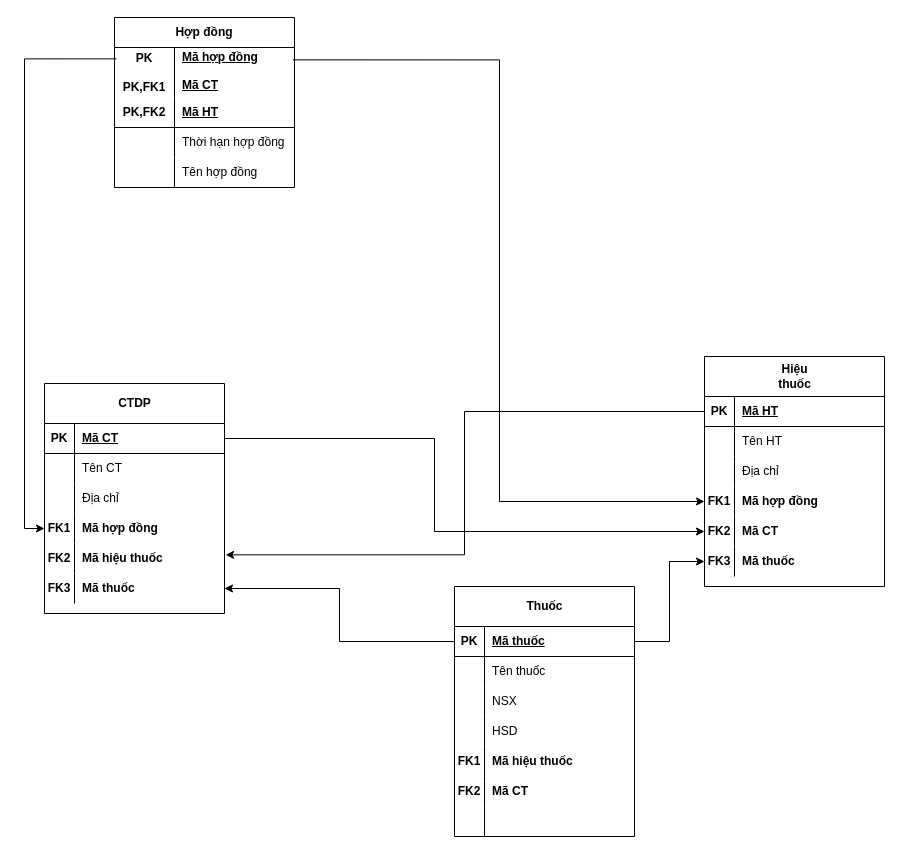
Before: page "Trang-3" (3 of 3) of Biểu đồ không có tiêu đề.drawio in nqminh11605/hine16.github.io, a draw.io diagram. Source tidied: cells renumbered, new cells numbered last; positions are measured from the earlier drawing's top-left corner, leaving out a move shared by most shapes. Both pictures are drawn from the tidied source at 100%, with x=0, y=0 at pixel (24, 17).
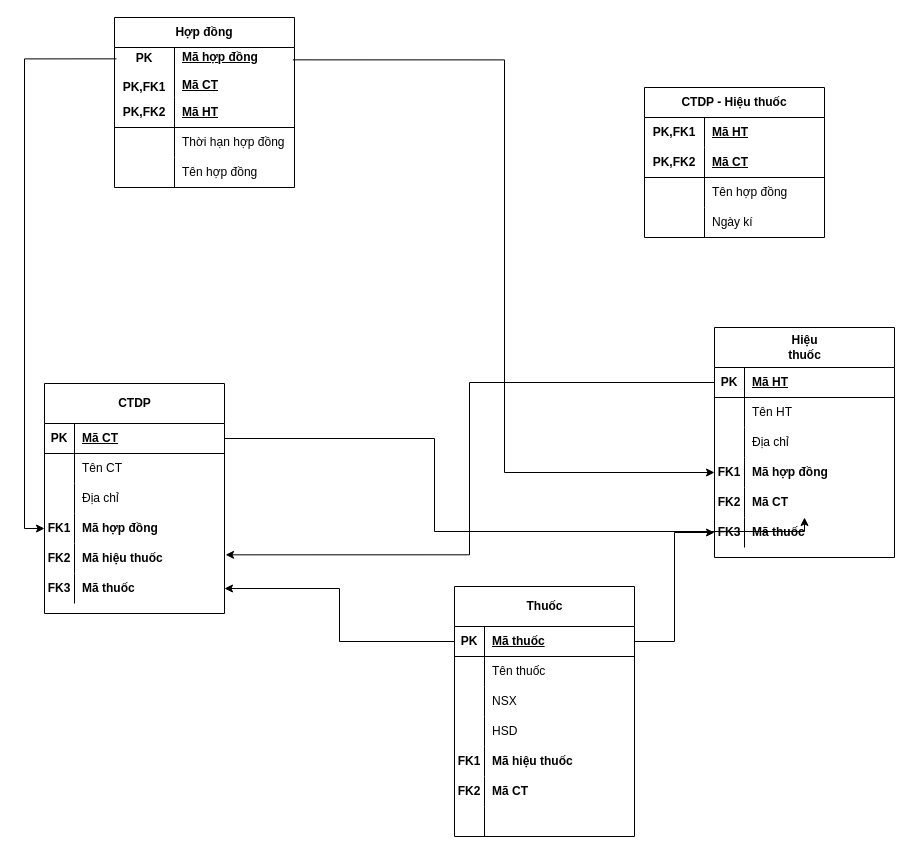
After the change.

Diff of the diagram source:
```diff
@@
     <mxCell id="34" value="&lt;span style=&quot;text-wrap-mode: wrap;&quot;&gt;Hiệu thuốc&lt;/span&gt;" style="shape=table;startSize=40;childLayout=tableLayout;rowLines=0;fontStyle=1;align=center;html=1;" parent="1" vertex="1">
-      <mxGeometry x="680" y="339" width="180" height="230" as="geometry" />
+      <mxGeometry x="690" y="310" width="180" height="230" as="geometry" />
     </mxCell>
@@
+    <mxCell id="81" value="CTDP - Hiệu thuốc" style="shape=table;startSize=30;childLayout=tableLayout;rowLines=0;fontStyle=1;align=center;html=1;whiteSpace=wrap;" parent="1" vertex="1">
+      <mxGeometry x="620" y="70" width="180" height="150" as="geometry" />
+    </mxCell>
+    <mxCell id="82" style="shape=tableRow;horizontal=0;startSize=0;swimlaneHead=0;swimlaneBody=0;fillColor=none;top=0;left=0;right=0;bottom=0;html=1;" parent="81" vertex="1">
+      <mxGeometry y="30" width="180" height="30" as="geometry" />
+    </mxCell>
+    <mxCell id="83" value="PK,FK1" style="shape=partialRectangle;fillColor=none;top=0;left=0;bottom=0;right=0;fontStyle=1;overflow=hidden;html=1;whiteSpace=wrap;" parent="82" vertex="1">
+      <mxGeometry width="60" height="30" as="geometry" />
+    </mxCell>
+    <mxCell id="84" value="Mã HT" style="shape=partialRectangle;fillColor=none;top=0;left=0;bottom=0;right=0;align=left;spacingLeft=6;fontStyle=5;overflow=hidden;html=1;whiteSpace=wrap;" parent="82" vertex="1">
+      <mxGeometry x="60" width="120" height="30" as="geometry" />
+    </mxCell>
+    <mxCell id="85" style="shape=tableRow;horizontal=0;startSize=0;swimlaneHead=0;swimlaneBody=0;fillColor=none;top=0;left=0;right=0;bottom=1;html=1;" parent="81" vertex="1">
+      <mxGeometry y="60" width="180" height="30" as="geometry" />
+    </mxCell>
+    <mxCell id="86" value="PK,FK2" style="shape=partialRectangle;fillColor=none;top=0;left=0;bottom=0;right=0;fontStyle=1;overflow=hidden;html=1;whiteSpace=wrap;" parent="85" vertex="1">
+      <mxGeometry width="60" height="30" as="geometry" />
+    </mxCell>
+    <mxCell id="87" value="Mã CT" style="shape=partialRectangle;fillColor=none;top=0;left=0;bottom=0;right=0;align=left;spacingLeft=6;fontStyle=5;overflow=hidden;html=1;whiteSpace=wrap;" parent="85" vertex="1">
+      <mxGeometry x="60" width="120" height="30" as="geometry" />
+    </mxCell>
+    <mxCell id="88" style="shape=tableRow;horizontal=0;startSize=0;swimlaneHead=0;swimlaneBody=0;fillColor=none;top=0;left=0;right=0;bottom=0;html=1;" parent="81" vertex="1">
+      <mxGeometry y="90" width="180" height="30" as="geometry" />
+    </mxCell>
+    <mxCell id="89" style="shape=partialRectangle;fillColor=none;top=0;left=0;bottom=0;right=0;overflow=hidden;html=1;whiteSpace=wrap;" parent="88" vertex="1">
+      <mxGeometry width="60" height="30" as="geometry" />
+    </mxCell>
+    <mxCell id="90" value="Tên hợp đồng" style="shape=partialRectangle;fillColor=none;top=0;left=0;bottom=0;right=0;align=left;spacingLeft=6;overflow=hidden;html=1;whiteSpace=wrap;" parent="88" vertex="1">
+      <mxGeometry x="60" width="120" height="30" as="geometry" />
+    </mxCell>
+    <mxCell id="91" style="shape=tableRow;horizontal=0;startSize=0;swimlaneHead=0;swimlaneBody=0;fillColor=none;top=0;left=0;right=0;bottom=0;html=1;" parent="81" vertex="1">
+      <mxGeometry y="120" width="180" height="30" as="geometry" />
+    </mxCell>
+    <mxCell id="92" style="shape=partialRectangle;fillColor=none;top=0;left=0;bottom=0;right=0;overflow=hidden;html=1;whiteSpace=wrap;" parent="91" vertex="1">
+      <mxGeometry width="60" height="30" as="geometry" />
+    </mxCell>
+    <mxCell id="93" value="Ngày kí" style="shape=partialRectangle;fillColor=none;top=0;left=0;bottom=0;right=0;align=left;spacingLeft=6;overflow=hidden;html=1;whiteSpace=wrap;" parent="91" vertex="1">
+      <mxGeometry x="60" width="120" height="30" as="geometry" />
+    </mxCell>
```
